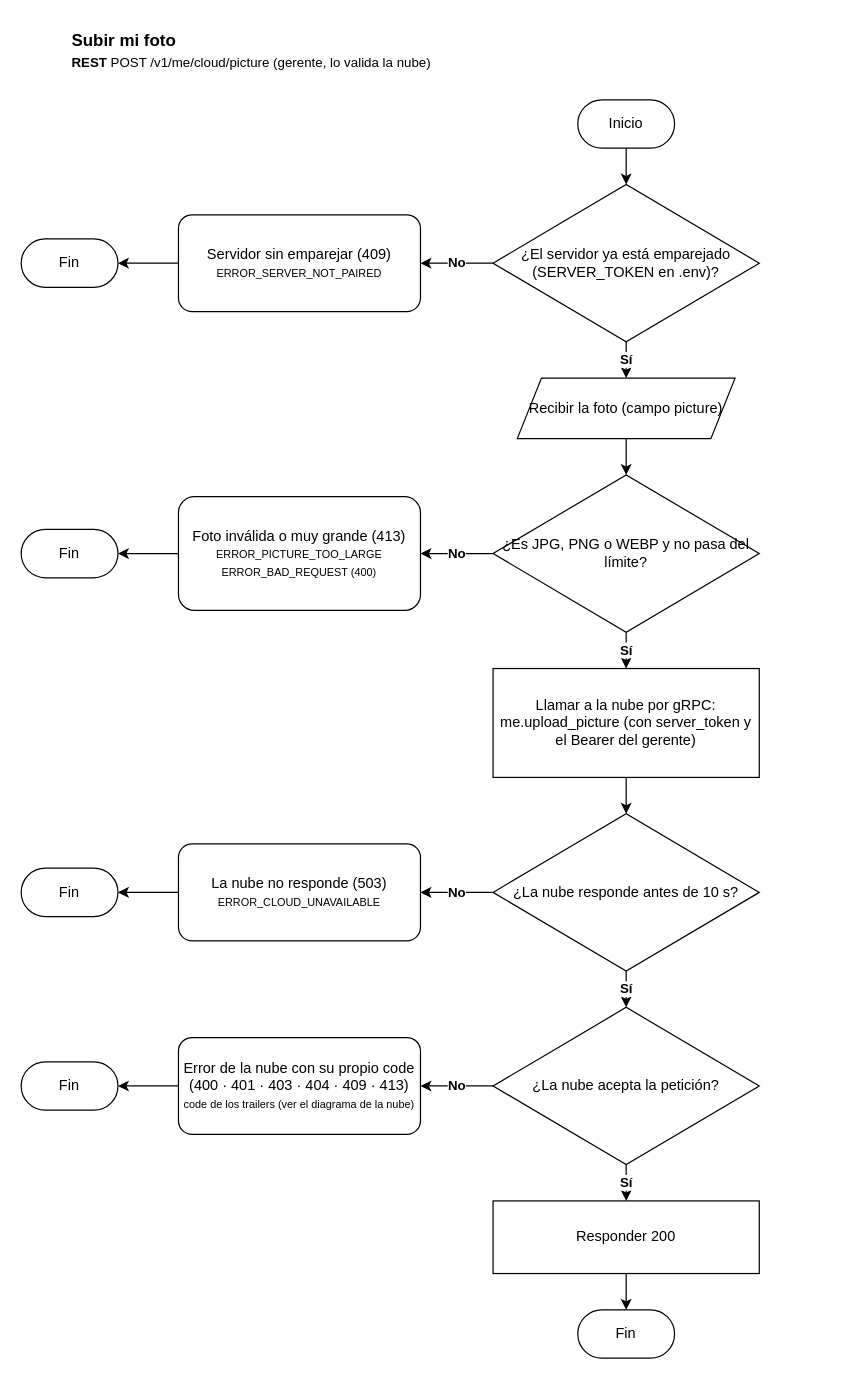
Above: documents/diagrams/workflows/me/cloud/upload_picture.drawio in Andry510/miyabi-restaurant-server (draw.io), before the change. Source tidied: cells renumbered, new cells numbered last; positions are measured from the earlier drawing's top-left corner, leaving out a move shared by most shapes. Both pictures are drawn from the tidied source at 121%, with x=0, y=0 at pixel (21, 21).
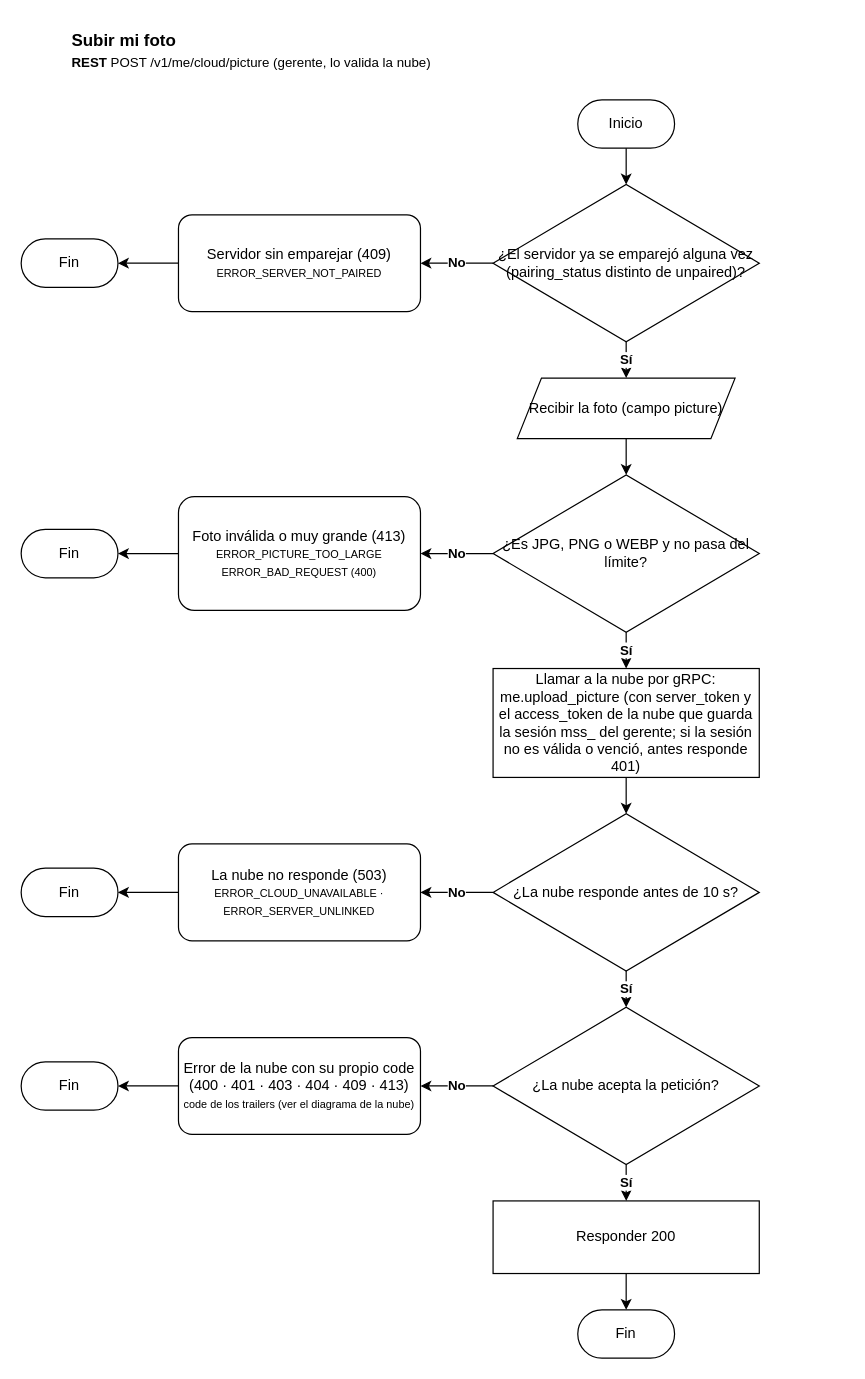
Above is the later version.

Diff of the diagram source:
```diff
@@
-    <mxCell id="4" value="¿El servidor ya está emparejado (SERVER_TOKEN en .env)?" style="rhombus;whiteSpace=wrap;html=1;rounded=1;arcSize=0;" parent="1" vertex="1">
+    <mxCell id="4" value="¿El servidor ya se emparejó alguna vez (pairing_status distinto de unpaired)?" style="rhombus;whiteSpace=wrap;html=1;rounded=1;arcSize=0;" parent="1" vertex="1">
       <mxGeometry x="390" y="135" width="220" height="130" as="geometry" />
     </mxCell>
@@
-    <mxCell id="18" value="Llamar a la nube por gRPC: me.upload_picture (con server_token y el Bearer del gerente)" style="rounded=0;whiteSpace=wrap;html=1;" parent="1" vertex="1">
+    <mxCell id="18" value="Llamar a la nube por gRPC: me.upload_picture (con server_token y el access_token de la nube que guarda la sesión mss_ del gerente; si la sesión no es válida o venció, antes responde 401)" style="rounded=0;whiteSpace=wrap;html=1;" parent="1" vertex="1">
       <mxGeometry x="390" y="535" width="220" height="90" as="geometry" />
     </mxCell>
@@
-    <mxCell id="22" value="La nube no responde (503)&lt;br&gt;&lt;font style=&quot;font-size: 9px;&quot;&gt;ERROR_CLOUD_UNAVAILABLE&lt;/font&gt;" style="rounded=1;whiteSpace=wrap;html=1;arcSize=14;" parent="1" vertex="1">
+    <mxCell id="22" value="La nube no responde (503)&lt;br&gt;&lt;font style=&quot;font-size: 9px;&quot;&gt;ERROR_CLOUD_UNAVAILABLE · ERROR_SERVER_UNLINKED&lt;/font&gt;" style="rounded=1;whiteSpace=wrap;html=1;arcSize=14;" parent="1" vertex="1">
       <mxGeometry x="130" y="680" width="200" height="80" as="geometry" />
     </mxCell>
```
